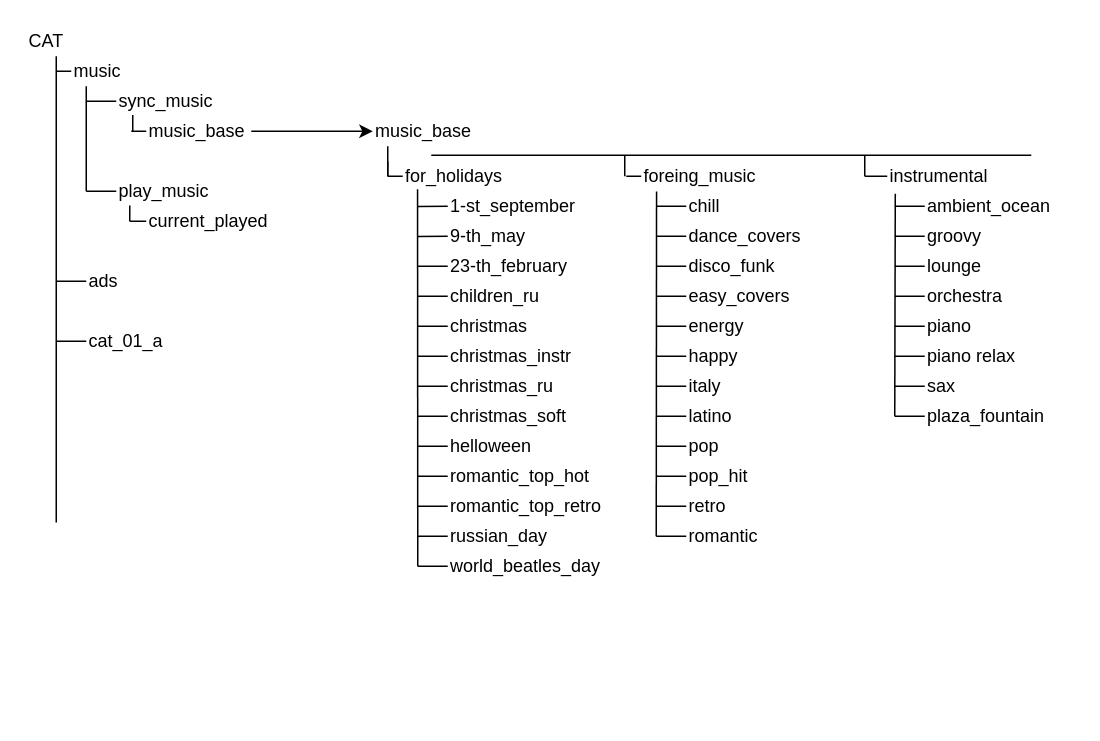
lex1010011010/a1-network-map keeps this draw.io diagram as data structure.drawio. Above is the earlier version. Source tidied: cells renumbered, new cells numbered last; positions are measured from the earlier drawing's top-left corner, leaving out a move shared by most shapes. Both pictures are drawn from the tidied source at 150%, with x=0, y=0 at pixel (26, 26).
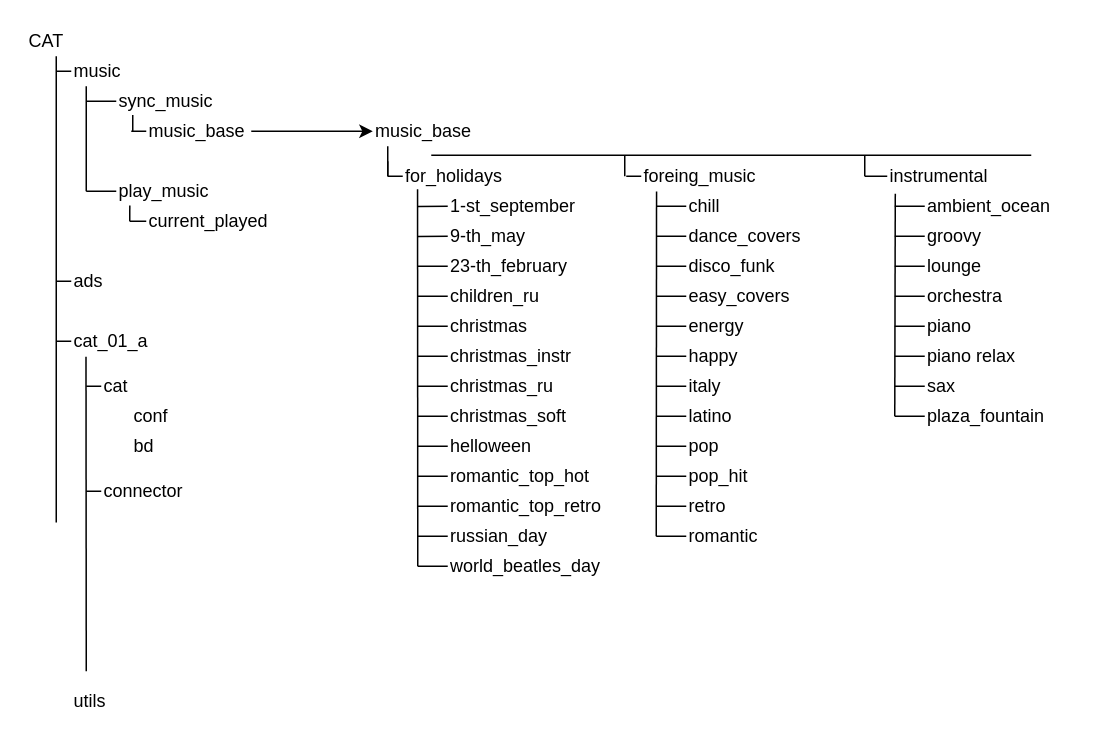
The same page after the edit.

Diff of the diagram source:
```diff
@@
     <mxCell id="86" value="ads" style="text;html=1;strokeColor=none;fillColor=none;align=left;verticalAlign=middle;whiteSpace=wrap;rounded=0;" parent="1" vertex="1">
-      <mxGeometry x="40" y="160" width="30" height="20" as="geometry" />
+      <mxGeometry x="30" y="160" width="30" height="20" as="geometry" />
     </mxCell>
@@
     <mxCell id="100" value="cat_01_a" style="text;html=1;strokeColor=none;fillColor=none;align=left;verticalAlign=middle;whiteSpace=wrap;rounded=0;" parent="1" vertex="1">
-      <mxGeometry x="40" y="200" width="60" height="20" as="geometry" />
+      <mxGeometry x="30" y="200" width="60" height="20" as="geometry" />
     </mxCell>
@@
+    <mxCell id="103" value="cat" style="text;html=1;strokeColor=none;fillColor=none;align=left;verticalAlign=middle;whiteSpace=wrap;rounded=0;" parent="1" vertex="1">
+      <mxGeometry x="50" y="230" width="30" height="20" as="geometry" />
+    </mxCell>
+    <mxCell id="104" style="endArrow=none;html=1;align=left;entryX=0;entryY=0.5;entryDx=0;entryDy=0;" parent="1" edge="1" target="103">
+      <mxGeometry relative="1" as="geometry">
+        <mxPoint x="40" y="240" as="sourcePoint" />
+      </mxGeometry>
+    </mxCell>
+    <mxCell id="105" style="endArrow=none;html=1;align=left;exitX=0.164;exitY=1.017;exitDx=0;exitDy=0;exitPerimeter=0;" parent="1" edge="1" source="100">
+      <mxGeometry relative="1" as="geometry">
+        <mxPoint x="40" y="430" as="targetPoint" />
+      </mxGeometry>
+    </mxCell>
+    <mxCell id="106" value="connector" style="text;html=1;strokeColor=none;fillColor=none;align=left;verticalAlign=middle;whiteSpace=wrap;rounded=0;" parent="1" vertex="1">
+      <mxGeometry x="50" y="300" width="60" height="20" as="geometry" />
+    </mxCell>
+    <mxCell id="107" value="conf" style="text;html=1;strokeColor=none;fillColor=none;align=left;verticalAlign=middle;whiteSpace=wrap;rounded=0;" parent="1" vertex="1">
+      <mxGeometry x="70" y="250" width="40" height="20" as="geometry" />
+    </mxCell>
+    <mxCell id="108" value="bd" style="text;html=1;strokeColor=none;fillColor=none;align=left;verticalAlign=middle;whiteSpace=wrap;rounded=0;" parent="1" vertex="1">
+      <mxGeometry x="70" y="270" width="40" height="20" as="geometry" />
+    </mxCell>
+    <mxCell id="109" value="utils" style="text;html=1;strokeColor=none;fillColor=none;align=left;verticalAlign=middle;whiteSpace=wrap;rounded=0;" parent="1" vertex="1">
+      <mxGeometry x="30" y="440" width="40" height="20" as="geometry" />
+    </mxCell>
+    <mxCell id="110" style="endArrow=none;html=1;align=left;entryX=0;entryY=0.5;entryDx=0;entryDy=0;" parent="1" edge="1" target="106">
+      <mxGeometry relative="1" as="geometry">
+        <mxPoint x="40" y="310" as="sourcePoint" />
+      </mxGeometry>
+    </mxCell>
```
